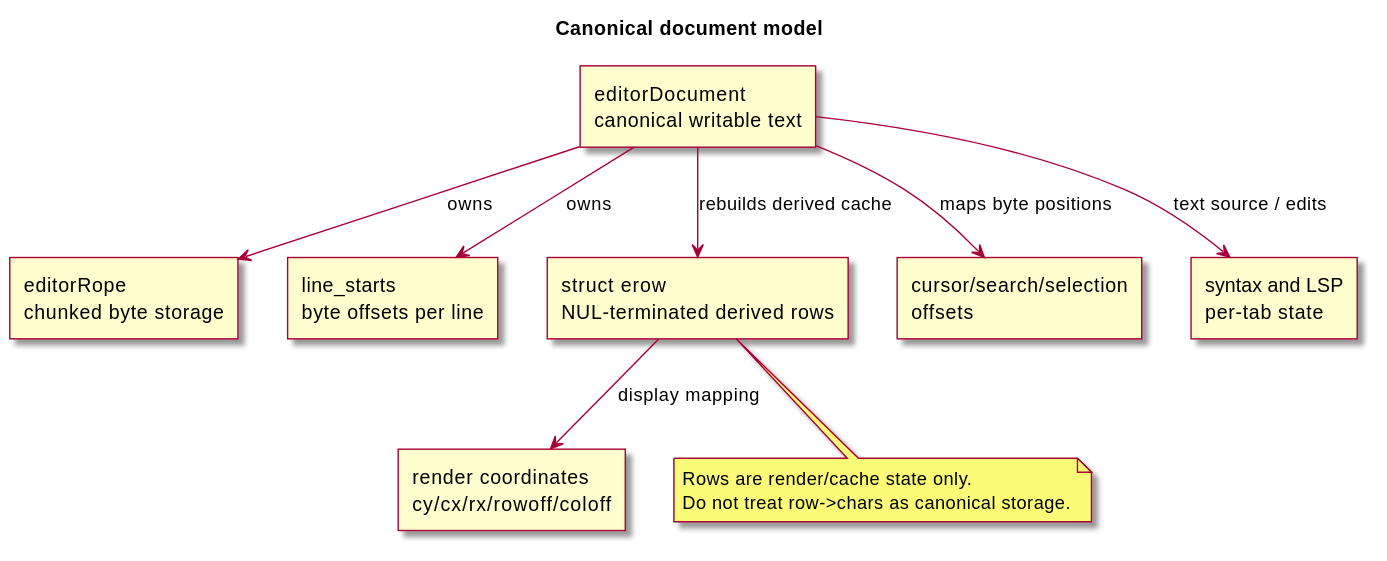
Above: docs/diagrams/svg/document-model.svg in kokkoniemi/rotide (PlantUML), before the change. Its source is kept beside it as docs/diagrams/src/document-model.puml.
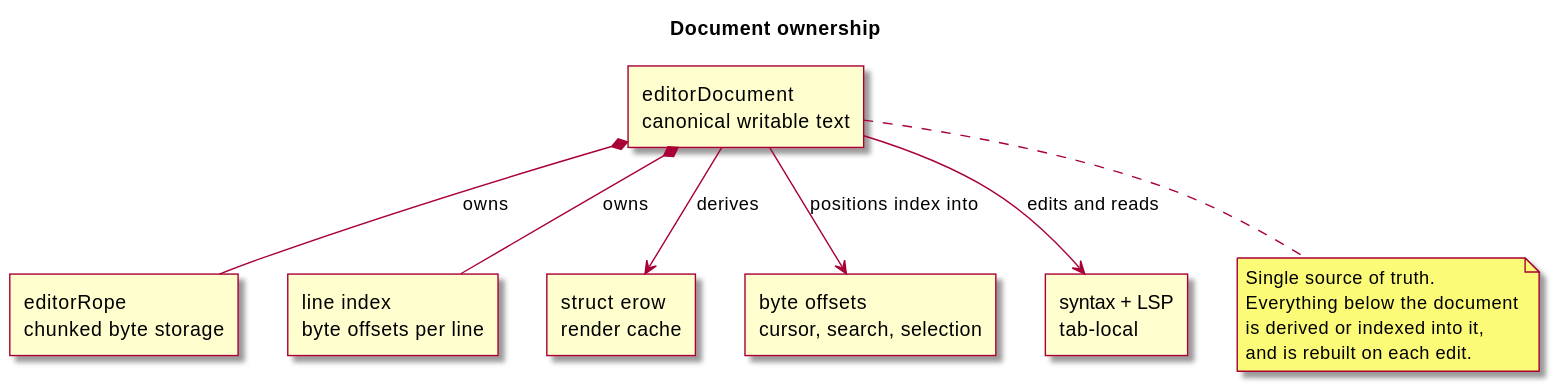
After the commit.

What changed in the source:
```diff
@@ -1,28 +1,28 @@
 @startuml
 skin rose
 skinparam backgroundColor #FFFFFF
-title Canonical document model
+title Document ownership
 
 skinparam componentStyle rectangle
 
 component "editorDocument\ncanonical writable text" as doc
 component "editorRope\nchunked byte storage" as rope
-component "line_starts\nbyte offsets per line" as index
-component "struct erow\nNUL-terminated derived rows" as row
-component "cursor/search/selection\noffsets" as offsets
-component "render coordinates\ncy/cx/rx/rowoff/coloff" as coords
-component "syntax and LSP\nper-tab state" as lang
+component "line index\nbyte offsets per line" as index
+component "struct erow\nrender cache" as row
+component "byte offsets\ncursor, search, selection" as offsets
+component "syntax + LSP\ntab-local" as lang
 
-doc --> rope : owns
-doc --> index : owns
-doc --> row : rebuilds derived cache
-doc --> offsets : maps byte positions
-row --> coords : display mapping
-doc --> lang : text source / edits
+doc *-- rope : owns
+doc *-- index : owns
+doc --> row : derives
+doc --> offsets : positions index into
+doc --> lang : edits and reads
 
-note bottom of row
-Rows are render/cache state only.
-Do not treat row->chars as canonical storage.
+note bottom of doc
+  Single source of truth.
+  Everything below the document
+  is derived or indexed into it,
+  and is rebuilt on each edit.
 end note
 
 @enduml
```
